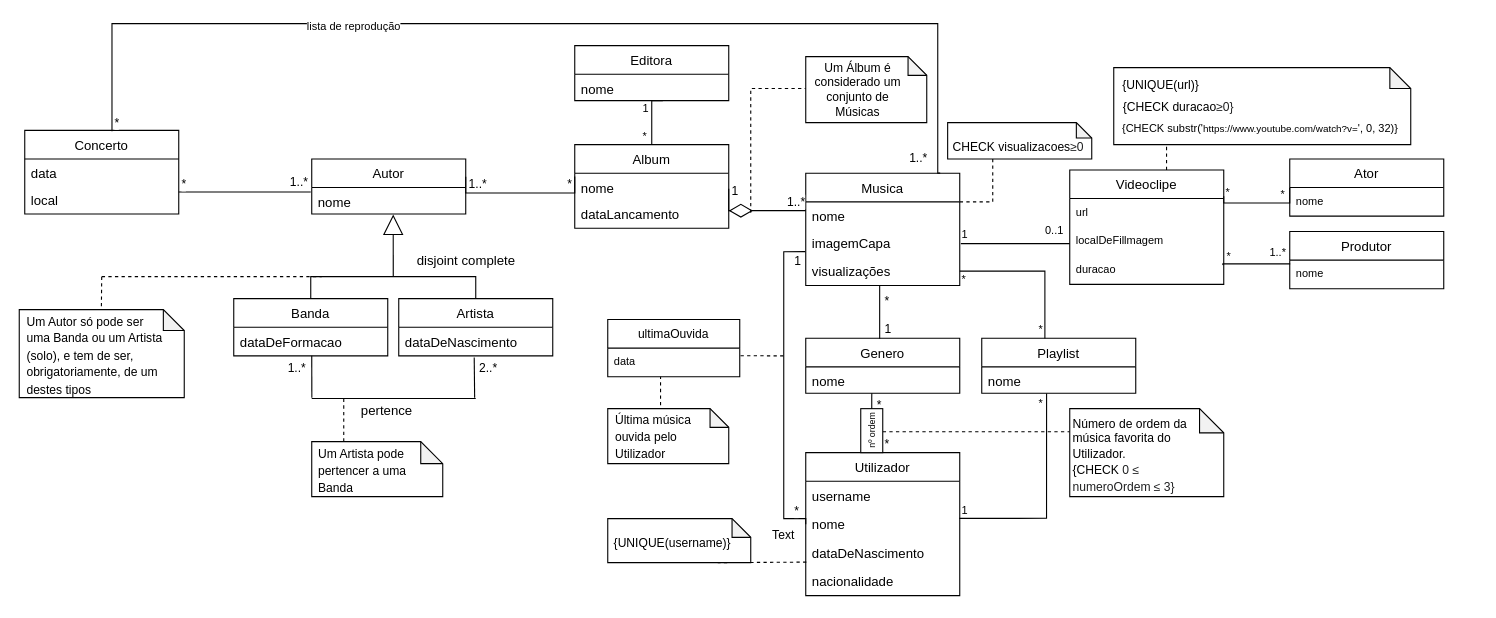
Above: ConceitoFinal.drawio in manueljamorim/Pacos_de_Danca (draw.io), before the change. Source tidied: cells renumbered, new cells numbered last; positions are measured from the earlier drawing's top-left corner, leaving out a move shared by most shapes. Both pictures are drawn from the tidied source at 110%, with x=0, y=0 at pixel (19, 23).
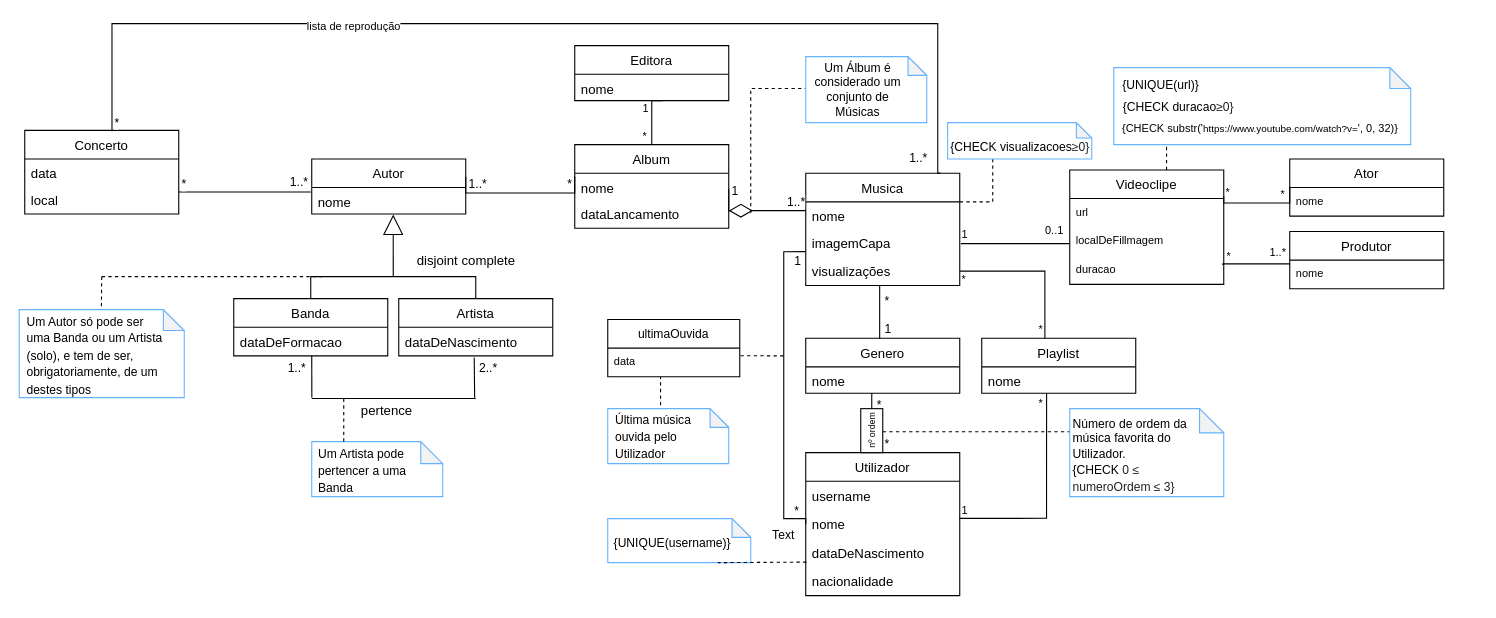
After the change.

The edit, as a diff of the source:
```diff
@@
-    <mxCell id="96" style="shape=note;whiteSpace=wrap;html=1;backgroundOutline=1;darkOpacity=0.05;size=19;" parent="1" vertex="1">
+    <mxCell id="96" style="shape=note;whiteSpace=wrap;html=1;backgroundOutline=1;darkOpacity=0.05;size=19;strokeColor=#66B2FF;" parent="1" vertex="1">
       <mxGeometry y="260" width="150" height="80" as="geometry" />
     </mxCell>
@@
-    <mxCell id="100" style="shape=note;whiteSpace=wrap;html=1;backgroundOutline=1;darkOpacity=0.05;fontSize=13;size=17;" parent="1" vertex="1">
+    <mxCell id="100" style="shape=note;whiteSpace=wrap;html=1;backgroundOutline=1;darkOpacity=0.05;fontSize=13;size=17;strokeColor=#66B2FF;" parent="1" vertex="1">
       <mxGeometry x="535" y="350" width="110" height="50" as="geometry" />
     </mxCell>
@@
-    <mxCell id="102" style="shape=note;whiteSpace=wrap;html=1;backgroundOutline=1;darkOpacity=0.05;fontSize=13;size=20;" parent="1" vertex="1">
+    <mxCell id="102" style="shape=note;whiteSpace=wrap;html=1;backgroundOutline=1;darkOpacity=0.05;fontSize=13;size=20;strokeColor=#66B2FF;" parent="1" vertex="1">
       <mxGeometry x="265.9" y="380" width="119.1" height="50" as="geometry" />
     </mxCell>
@@
-    <mxCell id="105" style="shape=note;whiteSpace=wrap;html=1;backgroundOutline=1;darkOpacity=0.05;fontSize=13;size=22;" parent="1" vertex="1">
+    <mxCell id="105" style="shape=note;whiteSpace=wrap;html=1;backgroundOutline=1;darkOpacity=0.05;fontSize=13;size=22;strokeColor=#66B2FF;" parent="1" vertex="1">
       <mxGeometry x="955" y="350" width="140" height="80" as="geometry" />
     </mxCell>
-    <mxCell id="106" style="shape=note;whiteSpace=wrap;html=1;backgroundOutline=1;darkOpacity=0.05;fontSize=13;size=17;" parent="1" vertex="1">
+    <mxCell id="106" style="shape=note;whiteSpace=wrap;html=1;backgroundOutline=1;darkOpacity=0.05;fontSize=13;size=17;strokeColor=#66B2FF;" parent="1" vertex="1">
       <mxGeometry x="535" y="450" width="130" height="40" as="geometry" />
     </mxCell>
@@
-    <mxCell id="112" style="shape=note;whiteSpace=wrap;html=1;backgroundOutline=1;darkOpacity=0.05;fontFamily=Helvetica;fontSize=11;size=19;" parent="1" vertex="1">
+    <mxCell id="112" style="shape=note;whiteSpace=wrap;html=1;backgroundOutline=1;darkOpacity=0.05;fontFamily=Helvetica;fontSize=11;size=19;strokeColor=#66B2FF;" parent="1" vertex="1">
       <mxGeometry x="995" y="40" width="270" height="70" as="geometry" />
     </mxCell>
@@
-    <mxCell id="117" style="shape=note;whiteSpace=wrap;html=1;backgroundOutline=1;darkOpacity=0.05;labelBackgroundColor=#FFFFFF;fontFamily=Helvetica;fontSize=11;fontColor=#000000;size=14;" parent="1" vertex="1">
+    <mxCell id="117" style="shape=note;whiteSpace=wrap;html=1;backgroundOutline=1;darkOpacity=0.05;labelBackgroundColor=#FFFFFF;fontFamily=Helvetica;fontSize=11;fontColor=#666666;size=14;strokeColor=#66B2FF;" parent="1" vertex="1">
       <mxGeometry x="844" y="90" width="131" height="33" as="geometry" />
     </mxCell>
-    <mxCell id="118" value="CHECK visualizacoes&lt;span style=&quot;color: rgb(32 , 33 , 34) ; text-align: left&quot;&gt;≥0&amp;nbsp;&lt;/span&gt;" style="text;html=1;strokeColor=none;fillColor=none;align=center;verticalAlign=middle;whiteSpace=wrap;rounded=0;labelBackgroundColor=#FFFFFF;fontFamily=Helvetica;fontSize=11;fontColor=#000000;" parent="1" vertex="1">
+    <mxCell id="118" value="{CHECK visualizacoes&lt;span style=&quot;color: rgb(32 , 33 , 34) ; text-align: left&quot;&gt;≥0}&lt;/span&gt;" style="text;html=1;strokeColor=none;fillColor=none;align=center;verticalAlign=middle;whiteSpace=wrap;rounded=0;labelBackgroundColor=#FFFFFF;fontFamily=Helvetica;fontSize=11;fontColor=#000000;" parent="1" vertex="1">
       <mxGeometry x="831.8" y="97" width="155.5" height="30" as="geometry" />
     </mxCell>
@@
-    <mxCell id="120" style="shape=note;whiteSpace=wrap;html=1;backgroundOutline=1;darkOpacity=0.05;labelBackgroundColor=#FFFFFF;fontFamily=Helvetica;fontSize=11;fontColor=#000000;size=17;" parent="1" vertex="1">
+    <mxCell id="120" style="shape=note;whiteSpace=wrap;html=1;backgroundOutline=1;darkOpacity=0.05;labelBackgroundColor=#FFFFFF;fontFamily=Helvetica;fontSize=11;fontColor=#000000;size=17;strokeColor=#66B2FF;" parent="1" vertex="1">
       <mxGeometry x="715" y="30" width="110" height="60" as="geometry" />
     </mxCell>
```
